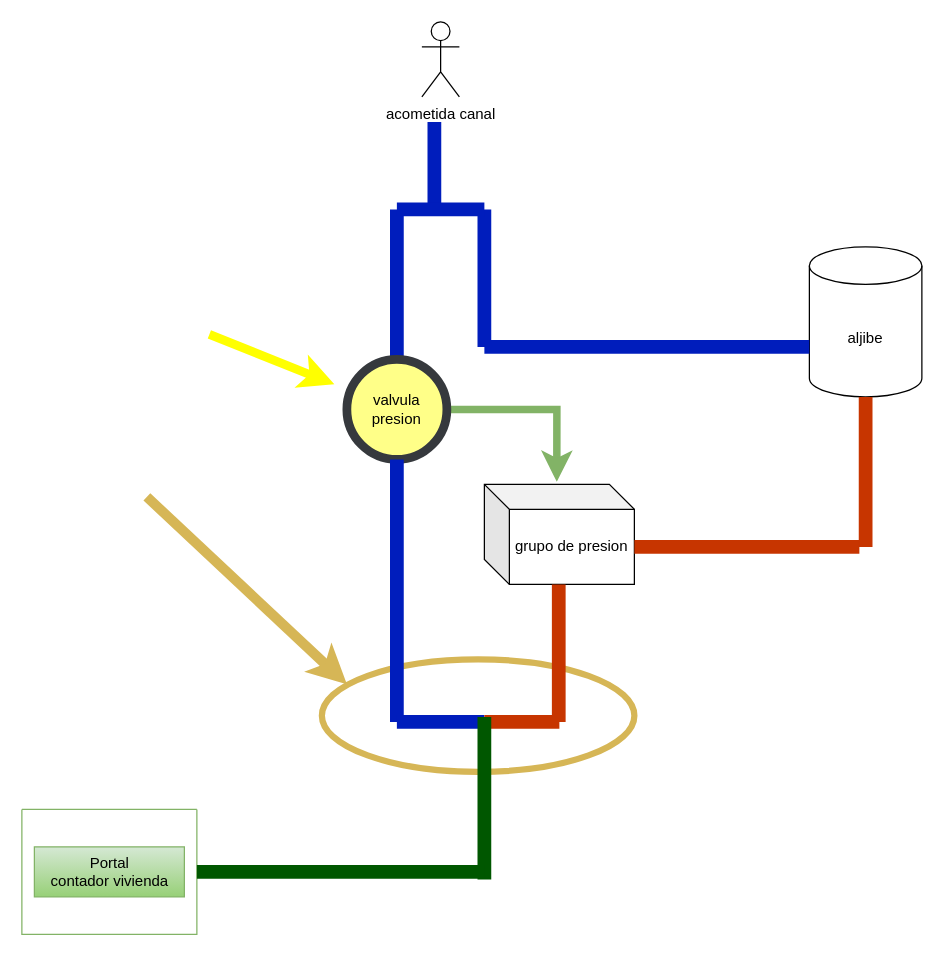
Before: Diagrama sin título.drawio in jeongon/graf.io, a draw.io diagram. Source tidied: cells renumbered, new cells numbered last; positions are measured from the earlier drawing's top-left corner, leaving out a move shared by most shapes. Both pictures are drawn from the tidied source at 125%, with x=0, y=0 at pixel (21, 21).
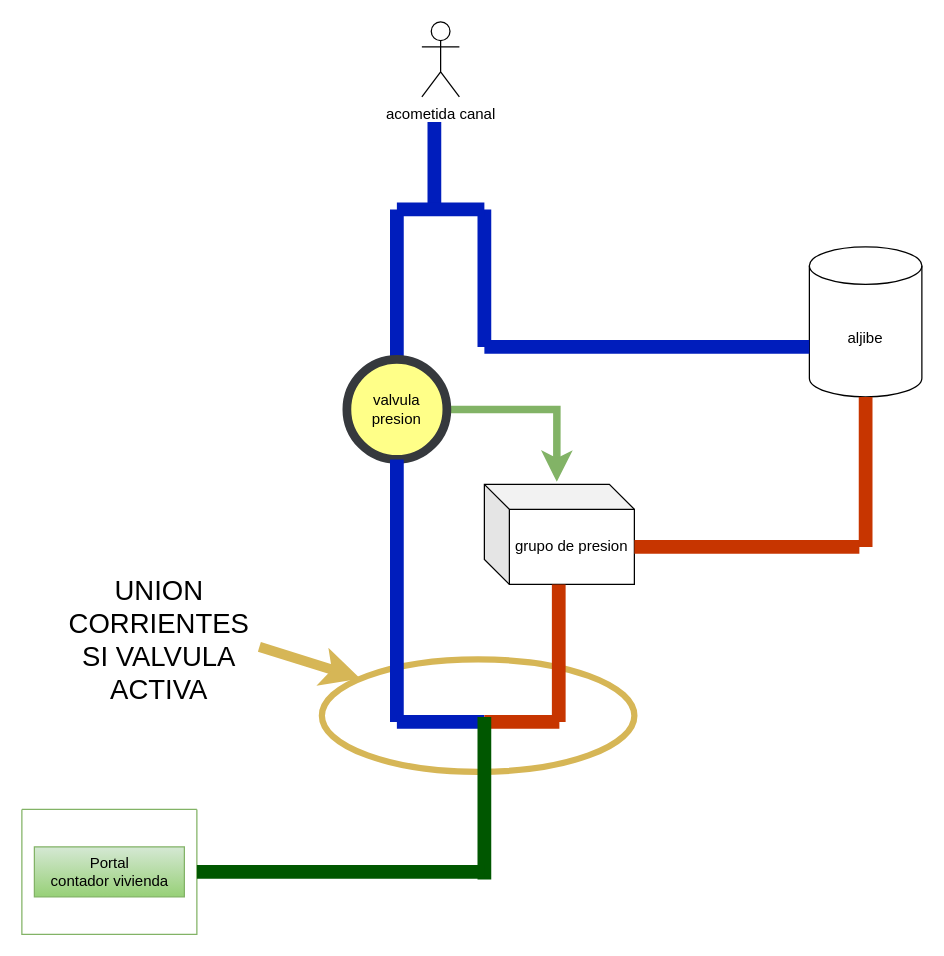
Above is the later version.

Unchanged cells that the change refers to:
```xml
<mxCell id="2" style="ellipse;whiteSpace=wrap;html=1;fillColor=none;strokeColor=#d6b656;strokeWidth=5;gradientColor=#ffd966;" parent="1" vertex="1">
  <mxGeometry x="240" y="510" width="250" height="90" as="geometry" />
</mxCell>
```

Change to the diagram source:
```diff
@@
-    <mxCell id="23" style="endArrow=classic;html=1;rounded=0;strokeWidth=8;fillColor=#fff2cc;gradientColor=#ffd966;strokeColor=#d6b656;" parent="1" edge="1">
+    <mxCell id="23" style="endArrow=classic;html=1;rounded=0;strokeWidth=8;fillColor=#fff2cc;gradientColor=#ffd966;strokeColor=#d6b656;" parent="1" edge="1" target="2">
       <mxGeometry relative="1" as="geometry">
-        <mxPoint x="100" y="380" as="sourcePoint" />
-        <mxPoint x="260" y="530" as="targetPoint" />
+        <mxPoint x="190" y="500" as="sourcePoint" />
       </mxGeometry>
     </mxCell>
-    <mxCell id="24" style="endArrow=classic;html=1;rounded=0;fillColor=#ffff88;strokeColor=#FFFF00;strokeWidth=7;" parent="1" edge="1">
-      <mxGeometry relative="1" as="geometry">
-        <mxPoint x="150" y="250" as="sourcePoint" />
-        <mxPoint x="250" y="290" as="targetPoint" />
-      </mxGeometry>
-    </mxCell>
+    <mxCell id="25" value="UNION CORRIENTES&lt;br&gt;SI VALVULA ACTIVA" style="text;html=1;strokeColor=none;fillColor=none;align=center;verticalAlign=middle;whiteSpace=wrap;rounded=0;fontSize=22;" parent="1" vertex="1">
+      <mxGeometry x="80" y="480" width="60" height="30" as="geometry" />
+    </mxCell>
```
